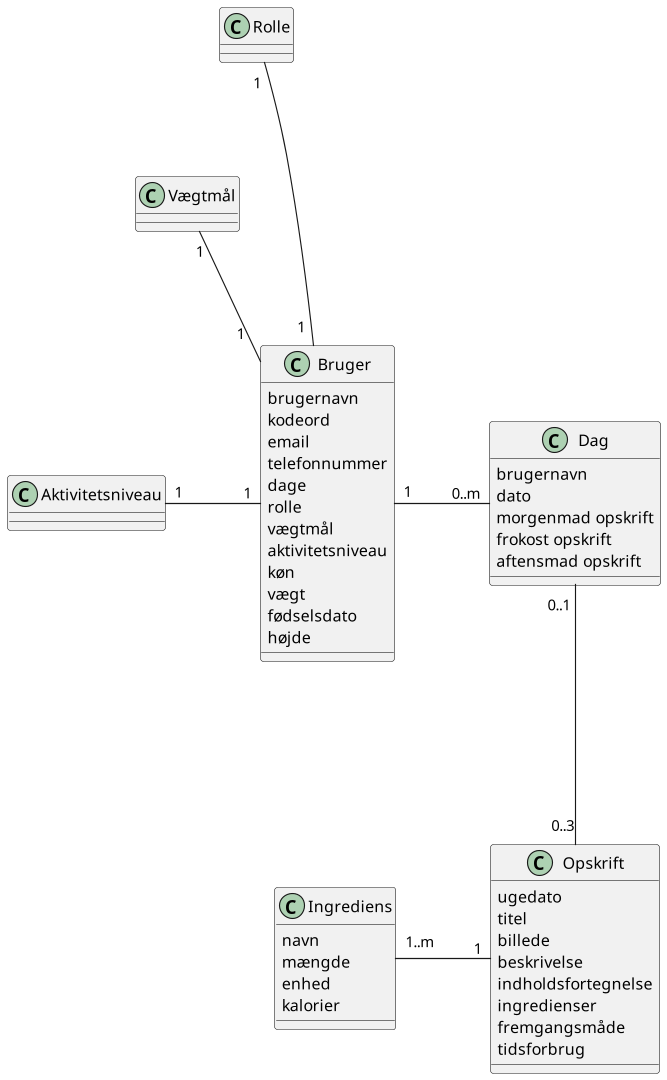
This is diagram/domain-model.png from sofush/kostplan, a PlantUML export, as it was before one commit.
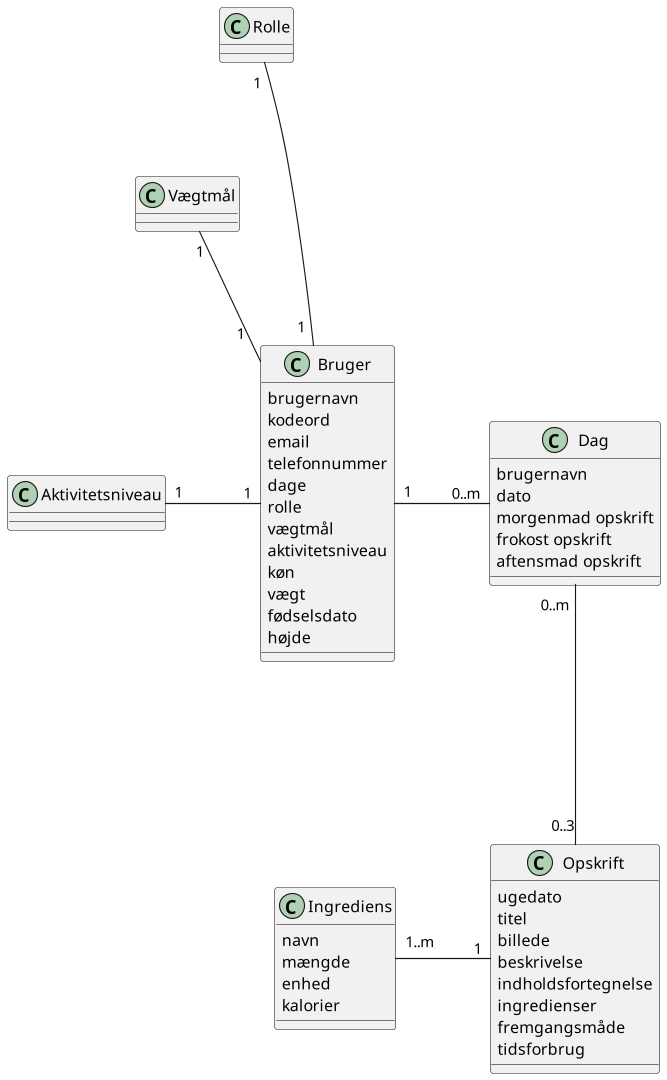
Above is the later version.

What changed in the source:
```diff
@@ -47,7 +47,7 @@
 Rolle -down[hidden]- Vægtmål
 Vægtmål -down[hidden]- Aktivitetsniveau
 Bruger "1" -r-- "0..m" Dag
-Dag "0..1" --- "0..3" Opskrift
+Dag "0..m" --- "0..3" Opskrift
 Opskrift "1" -l-- "1..m" Ingrediens
 
 @enduml
```
